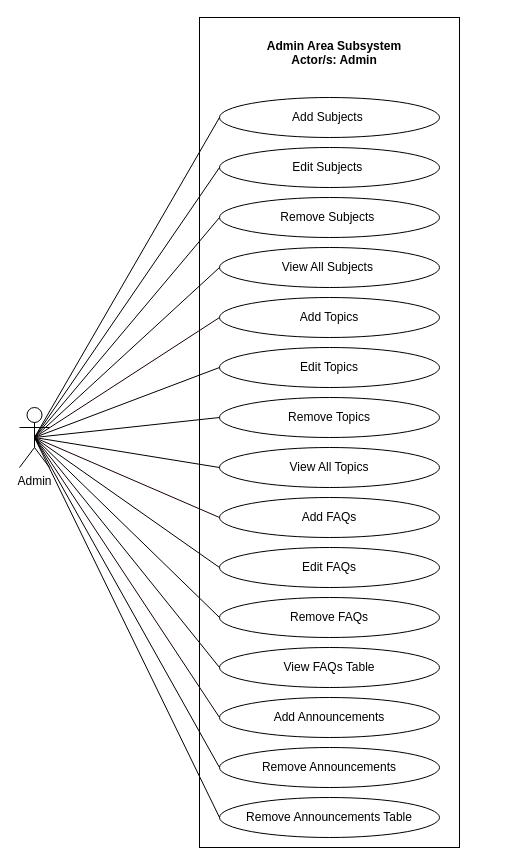
The draw.io diagram page "ADMIN AREA" (5 of 7) of REVISIONS/UML-DIAGRAMS/Diagrams 5-29-2021/Diagram.drawio in mrklglsn/CAPSTONE-FILES, before the edit. Source tidied: cells renumbered, new cells numbered last; positions are measured from the earlier drawing's top-left corner, leaving out a move shared by most shapes. Both pictures are drawn from the tidied source at 100%, with x=0, y=0 at pixel (19, 17).
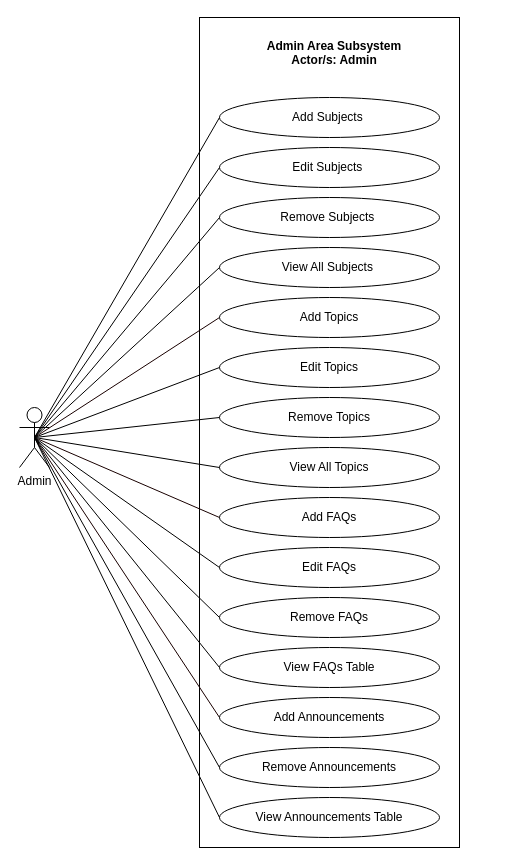
The same diagram, later.

Change to the diagram source:
```diff
@@
-    <mxCell id="34" value="Remove Announcements Table" style="ellipse;whiteSpace=wrap;html=1;fillColor=none;" parent="1" vertex="1">
+    <mxCell id="34" value="View Announcements Table" style="ellipse;whiteSpace=wrap;html=1;fillColor=none;" parent="1" vertex="1">
       <mxGeometry x="200" y="780" width="220" height="40" as="geometry" />
     </mxCell>
```
